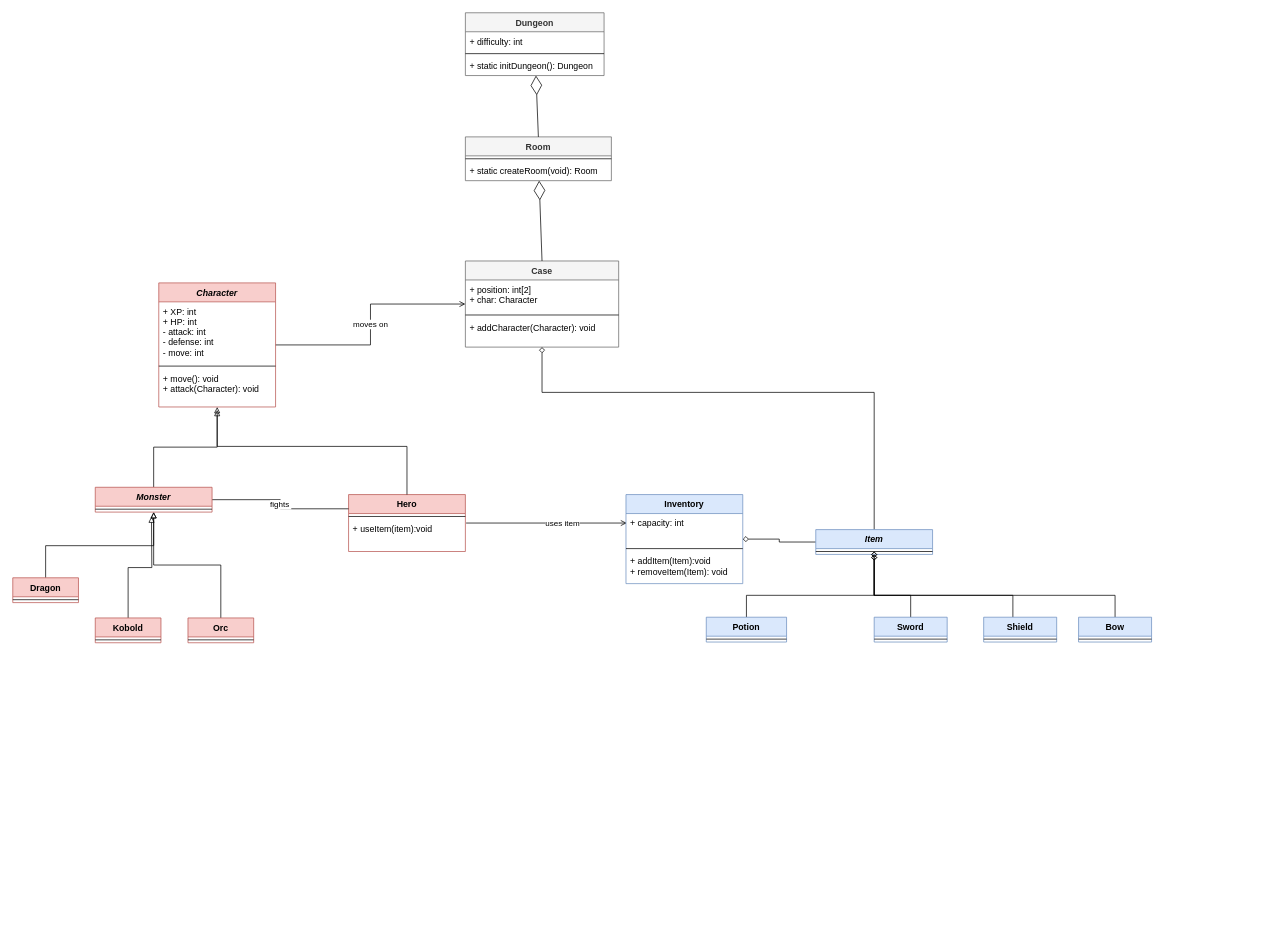
mehdimunim/Dungeons-and-Dragons keeps this draw.io diagram as Game class diagram.drawio. Above is the earlier version. Source tidied: cells renumbered, new cells numbered last; positions are measured from the earlier drawing's top-left corner, leaving out a move shared by most shapes. Both pictures are drawn from the tidied source at 73%, with x=0, y=0 at pixel (12, 12).
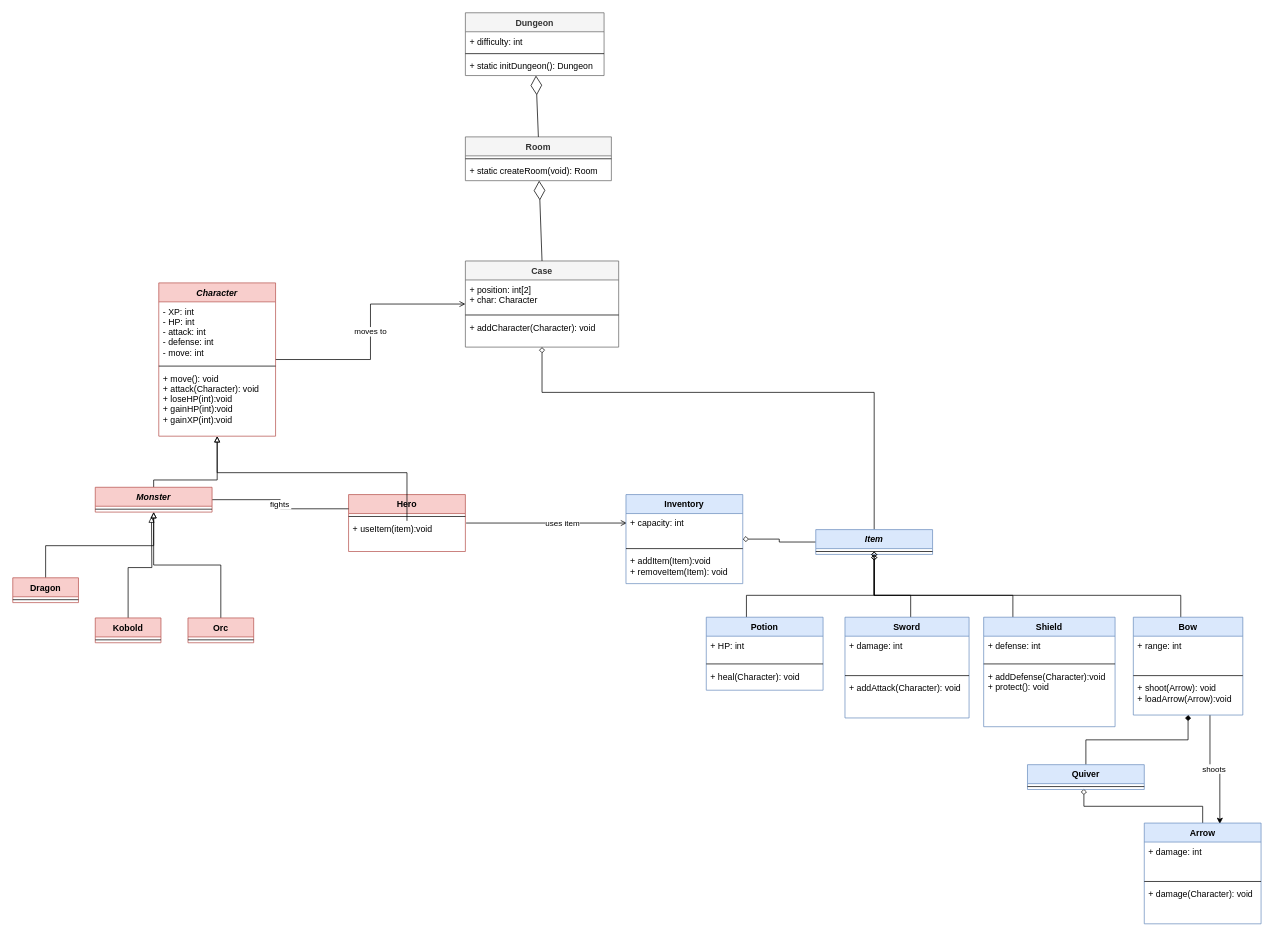
After the change.

Unchanged cells that the change refers to:
```xml
<mxCell id="9" value="Case" style="swimlane;fontStyle=1;align=center;verticalAlign=top;horizontal=1;startSize=26;fillColor=#f5f5f5;fontColor=#333333;strokeColor=#666666;" parent="1" vertex="1">
  <mxGeometry x="620" y="340" width="210" height="118" as="geometry" />
</mxCell>
<mxCell id="27" value="Monster" style="swimlane;fontStyle=3;align=center;verticalAlign=top;horizontal=1;startSize=26;fillColor=#f8cecc;strokeColor=#b85450;" parent="1" vertex="1">
  <mxGeometry x="113" y="650" width="160" height="34" as="geometry" />
</mxCell>
```

What changed in the source:
```diff
@@
-    <mxCell id="15" value="moves on" style="edgeStyle=orthogonalEdgeStyle;rounded=0;jettySize=auto;html=1;endArrow=open;endFill=0;" parent="1" edge="1" source="16" target="9">
+    <mxCell id="15" value="moves to" style="edgeStyle=orthogonalEdgeStyle;rounded=0;jettySize=auto;html=1;endArrow=open;endFill=0;" parent="1" edge="1" source="16" target="9">
       <mxGeometry relative="1" as="geometry" />
     </mxCell>
     <mxCell id="16" value="Character" style="swimlane;fontStyle=3;align=center;verticalAlign=top;horizontal=1;startSize=26;fillColor=#f8cecc;strokeColor=#b85450;" parent="1" vertex="1">
-      <mxGeometry x="200" y="370" width="160" height="170" as="geometry" />
+      <mxGeometry x="200" y="370" width="160" height="210" as="geometry" />
     </mxCell>
-    <mxCell id="17" value="+ XP: int&#10;+ HP: int&#10;- attack: int&#10;- defense: int&#10;- move: int" style="text;strokeColor=none;fillColor=none;align=left;verticalAlign=top;spacingLeft=4;spacingRight=4;overflow=hidden;" parent="16" vertex="1">
+    <mxCell id="17" value="- XP: int&#10;- HP: int&#10;- attack: int&#10;- defense: int&#10;- move: int" style="text;strokeColor=none;fillColor=none;align=left;verticalAlign=top;spacingLeft=4;spacingRight=4;overflow=hidden;" parent="16" vertex="1">
       <mxGeometry y="26" width="160" height="84" as="geometry" />
     </mxCell>
@@
-    <mxCell id="19" value="+ move(): void&#10;+ attack(Character): void" style="text;strokeColor=none;fillColor=none;align=left;verticalAlign=top;spacingLeft=4;spacingRight=4;overflow=hidden;" parent="16" vertex="1">
-      <mxGeometry y="118" width="160" height="52" as="geometry" />
+    <mxCell id="19" value="+ move(): void&#10;+ attack(Character): void&#10;+ loseHP(int):void&#10;+ gainHP(int):void&#10;+ gainXP(int):void" style="text;strokeColor=none;fillColor=none;align=left;verticalAlign=top;spacingLeft=4;spacingRight=4;overflow=hidden;" parent="16" vertex="1">
+      <mxGeometry y="118" width="160" height="92" as="geometry" />
     </mxCell>
@@
     <mxCell id="26" style="edgeStyle=orthogonalEdgeStyle;rounded=0;jettySize=auto;html=1;endArrow=block;endFill=0;" parent="1" edge="1" source="27" target="16">
-      <mxGeometry relative="1" as="geometry" />
+      <mxGeometry relative="1" as="geometry">
+        <Array as="points">
+          <mxPoint x="193" y="640" />
+          <mxPoint x="280" y="640" />
+        </Array>
+      </mxGeometry>
     </mxCell>
@@
     <mxCell id="47" value="Potion" style="swimlane;fontStyle=1;align=center;verticalAlign=top;horizontal=1;startSize=26;fillColor=#dae8fc;strokeColor=#6c8ebf;" parent="1" vertex="1">
-      <mxGeometry x="950" y="828" width="110" height="34" as="geometry" />
+      <mxGeometry x="950" y="828" width="160" height="100" as="geometry" />
     </mxCell>
+    <mxCell id="59" value="+ HP: int" style="text;strokeColor=none;fillColor=none;align=left;verticalAlign=top;spacingLeft=4;spacingRight=4;overflow=hidden;" parent="47" vertex="1">
+      <mxGeometry y="26" width="160" height="34" as="geometry" />
+    </mxCell>
     <mxCell id="48" style="line;strokeWidth=1;fillColor=none;align=left;verticalAlign=middle;spacingTop=-1;spacingLeft=3;spacingRight=3;labelPosition=right;" parent="47" vertex="1">
-      <mxGeometry y="26" width="110" height="8" as="geometry" />
+      <mxGeometry y="60" width="160" height="8" as="geometry" />
     </mxCell>
+    <mxCell id="60" value="+ heal(Character): void" style="text;strokeColor=none;fillColor=none;align=left;verticalAlign=top;spacingLeft=4;spacingRight=4;overflow=hidden;" parent="47" vertex="1">
+      <mxGeometry y="68" width="160" height="32" as="geometry" />
+    </mxCell>
@@
     <mxCell id="50" value="Sword" style="swimlane;fontStyle=1;align=center;verticalAlign=top;horizontal=1;startSize=26;fillColor=#dae8fc;strokeColor=#6c8ebf;" parent="1" vertex="1">
-      <mxGeometry x="1180" y="828" width="100" height="34" as="geometry" />
+      <mxGeometry x="1140" y="828" width="170" height="138" as="geometry" />
     </mxCell>
+    <mxCell id="61" value="+ damage: int" style="text;strokeColor=none;fillColor=none;align=left;verticalAlign=top;spacingLeft=4;spacingRight=4;overflow=hidden;" parent="50" vertex="1">
+      <mxGeometry y="26" width="170" height="50" as="geometry" />
+    </mxCell>
     <mxCell id="51" style="line;strokeWidth=1;fillColor=none;align=left;verticalAlign=middle;spacingTop=-1;spacingLeft=3;spacingRight=3;labelPosition=right;" parent="50" vertex="1">
-      <mxGeometry y="26" width="100" height="8" as="geometry" />
+      <mxGeometry y="76" width="170" height="8" as="geometry" />
     </mxCell>
+    <mxCell id="62" value="+ addAttack(Character): void" style="text;strokeColor=none;fillColor=none;align=left;verticalAlign=top;spacingLeft=4;spacingRight=4;overflow=hidden;" parent="50" vertex="1">
+      <mxGeometry y="84" width="170" height="54" as="geometry" />
+    </mxCell>
@@
     <mxCell id="53" value="Shield" style="swimlane;fontStyle=1;align=center;verticalAlign=top;horizontal=1;startSize=26;fillColor=#dae8fc;strokeColor=#6c8ebf;" parent="1" vertex="1">
-      <mxGeometry x="1330" y="828" width="100" height="34" as="geometry" />
+      <mxGeometry x="1330" y="828" width="180" height="150" as="geometry" />
     </mxCell>
+    <mxCell id="63" value="+ defense: int" style="text;strokeColor=none;fillColor=none;align=left;verticalAlign=top;spacingLeft=4;spacingRight=4;overflow=hidden;" parent="53" vertex="1">
+      <mxGeometry y="26" width="180" height="34" as="geometry" />
+    </mxCell>
     <mxCell id="54" style="line;strokeWidth=1;fillColor=none;align=left;verticalAlign=middle;spacingTop=-1;spacingLeft=3;spacingRight=3;labelPosition=right;" parent="53" vertex="1">
-      <mxGeometry y="26" width="100" height="8" as="geometry" />
+      <mxGeometry y="60" width="180" height="8" as="geometry" />
     </mxCell>
+    <mxCell id="64" value="+ addDefense(Character):void&#10;+ protect(): void" style="text;strokeColor=none;fillColor=none;align=left;verticalAlign=top;spacingLeft=4;spacingRight=4;overflow=hidden;" parent="53" vertex="1">
+      <mxGeometry y="68" width="180" height="82" as="geometry" />
+    </mxCell>
     <mxCell id="55" style="edgeStyle=orthogonalEdgeStyle;rounded=0;jettySize=auto;html=1;endArrow=diamond;endFill=0;" parent="1" edge="1" source="56">
       <mxGeometry relative="1" as="geometry">
         <mxPoint x="1180" y="738" as="targetPoint" />
         <Array as="points">
-          <mxPoint x="1510" y="798" />
+          <mxPoint x="1600" y="798" />
           <mxPoint x="1180" y="798" />
         </Array>
       </mxGeometry>
     </mxCell>
+    <mxCell id="65" value="shoots&amp;nbsp;" style="edgeStyle=orthogonalEdgeStyle;rounded=0;jettySize=auto;html=1;entryX=0.647;entryY=0.009;entryDx=0;entryDy=0;entryPerimeter=0;" parent="1" edge="1" source="56" target="69">
+      <mxGeometry relative="1" as="geometry">
+        <Array as="points">
+          <mxPoint x="1640" y="1036" />
+          <mxPoint x="1653" y="1036" />
+        </Array>
+      </mxGeometry>
+    </mxCell>
     <mxCell id="56" value="Bow" style="swimlane;fontStyle=1;align=center;verticalAlign=top;horizontal=1;startSize=26;fillColor=#dae8fc;strokeColor=#6c8ebf;" parent="1" vertex="1">
-      <mxGeometry x="1460" y="828" width="100" height="34" as="geometry" />
+      <mxGeometry x="1535" y="828" width="150" height="134" as="geometry" />
     </mxCell>
+    <mxCell id="66" value="+ range: int" style="text;strokeColor=none;fillColor=none;align=left;verticalAlign=top;spacingLeft=4;spacingRight=4;overflow=hidden;" parent="56" vertex="1">
+      <mxGeometry y="26" width="150" height="50" as="geometry" />
+    </mxCell>
     <mxCell id="57" style="line;strokeWidth=1;fillColor=none;align=left;verticalAlign=middle;spacingTop=-1;spacingLeft=3;spacingRight=3;labelPosition=right;" parent="56" vertex="1">
-      <mxGeometry y="26" width="100" height="8" as="geometry" />
+      <mxGeometry y="76" width="150" height="8" as="geometry" />
     </mxCell>
+    <mxCell id="67" value="+ shoot(Arrow): void&#10;+ loadArrow(Arrow):void" style="text;strokeColor=none;fillColor=none;align=left;verticalAlign=top;spacingLeft=4;spacingRight=4;overflow=hidden;" parent="56" vertex="1">
+      <mxGeometry y="84" width="150" height="50" as="geometry" />
+    </mxCell>
     <mxCell id="58" style="edgeStyle=orthogonalEdgeStyle;rounded=0;orthogonalLoop=1;jettySize=auto;html=1;endArrow=block;endFill=0;" parent="1" edge="1">
       <mxGeometry relative="1" as="geometry">
-        <mxPoint x="540" y="660" as="sourcePoint" />
-        <mxPoint x="280" y="544" as="targetPoint" />
+        <mxPoint x="540" y="696" as="sourcePoint" />
+        <mxPoint x="280" y="580" as="targetPoint" />
         <Array as="points">
-          <mxPoint x="540" y="594" />
-          <mxPoint x="280" y="594" />
+          <mxPoint x="540" y="630" />
+          <mxPoint x="280" y="630" />
         </Array>
       </mxGeometry>
     </mxCell>
+    <mxCell id="68" style="edgeStyle=orthogonalEdgeStyle;rounded=0;jettySize=auto;html=1;endArrow=diamond;endFill=0;entryX=0.483;entryY=0.9;entryDx=0;entryDy=0;entryPerimeter=0;" parent="1" edge="1" source="69" target="75">
+      <mxGeometry relative="1" as="geometry" />
+    </mxCell>
+    <mxCell id="69" value="Arrow" style="swimlane;fontStyle=1;align=center;verticalAlign=top;horizontal=1;startSize=26;fillColor=#dae8fc;strokeColor=#6c8ebf;" parent="1" vertex="1">
+      <mxGeometry x="1550" y="1110" width="160" height="138" as="geometry" />
+    </mxCell>
+    <mxCell id="70" value="+ damage: int" style="text;strokeColor=none;fillColor=none;align=left;verticalAlign=top;spacingLeft=4;spacingRight=4;overflow=hidden;" parent="69" vertex="1">
+      <mxGeometry y="26" width="160" height="50" as="geometry" />
+    </mxCell>
+    <mxCell id="71" style="line;strokeWidth=1;fillColor=none;align=left;verticalAlign=middle;spacingTop=-1;spacingLeft=3;spacingRight=3;labelPosition=right;" parent="69" vertex="1">
+      <mxGeometry y="76" width="160" height="8" as="geometry" />
+    </mxCell>
+    <mxCell id="72" value="+ damage(Character): void" style="text;strokeColor=none;fillColor=none;align=left;verticalAlign=top;spacingLeft=4;spacingRight=4;overflow=hidden;" parent="69" vertex="1">
+      <mxGeometry y="84" width="160" height="54" as="geometry" />
+    </mxCell>
+    <mxCell id="73" style="edgeStyle=orthogonalEdgeStyle;rounded=0;jettySize=auto;html=1;endArrow=diamond;endFill=1;" parent="1" edge="1" source="74" target="56">
+      <mxGeometry relative="1" as="geometry" />
+    </mxCell>
+    <mxCell id="74" value="Quiver" style="swimlane;fontStyle=1;align=center;verticalAlign=top;horizontal=1;startSize=26;fillColor=#dae8fc;strokeColor=#6c8ebf;" parent="1" vertex="1">
+      <mxGeometry x="1390" y="1030" width="160" height="34" as="geometry" />
+    </mxCell>
+    <mxCell id="75" style="line;strokeWidth=1;fillColor=none;align=left;verticalAlign=middle;spacingTop=-1;spacingLeft=3;spacingRight=3;labelPosition=right;points=[];portConstraint=eastwest;" parent="74" vertex="1">
+      <mxGeometry y="26" width="160" height="8" as="geometry" />
+    </mxCell>
```
